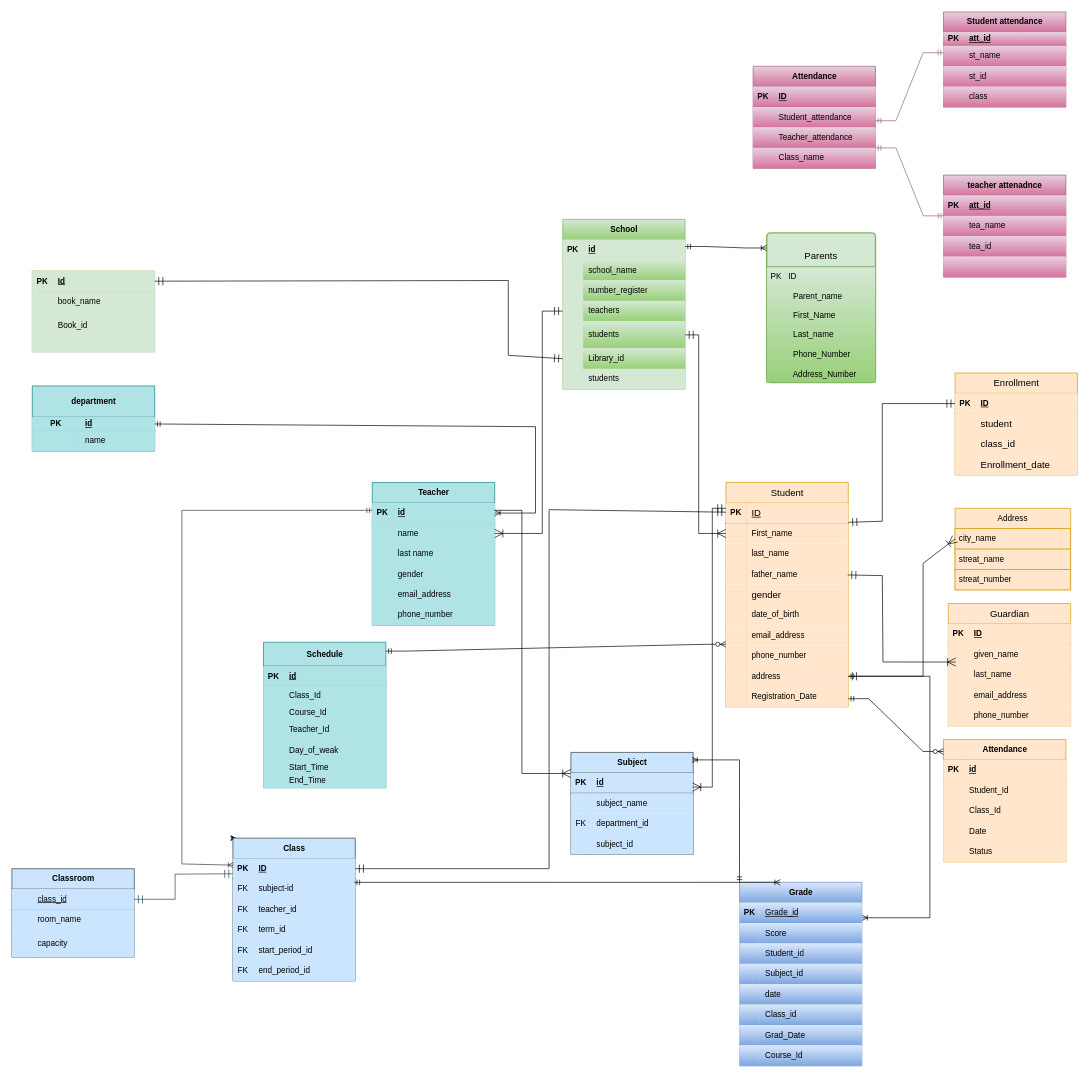
Earlier version of the draw.io diagram page "Page-1" (1 of 2) of ERD for School.drawio (murtazaGharibyar1383/Database-for-school). Source tidied: cells renumbered, new cells numbered last; positions are measured from the earlier drawing's top-left corner, leaving out a move shared by most shapes. Both pictures are drawn from the tidied source at 68%, with x=0, y=0 at pixel (12, 12).
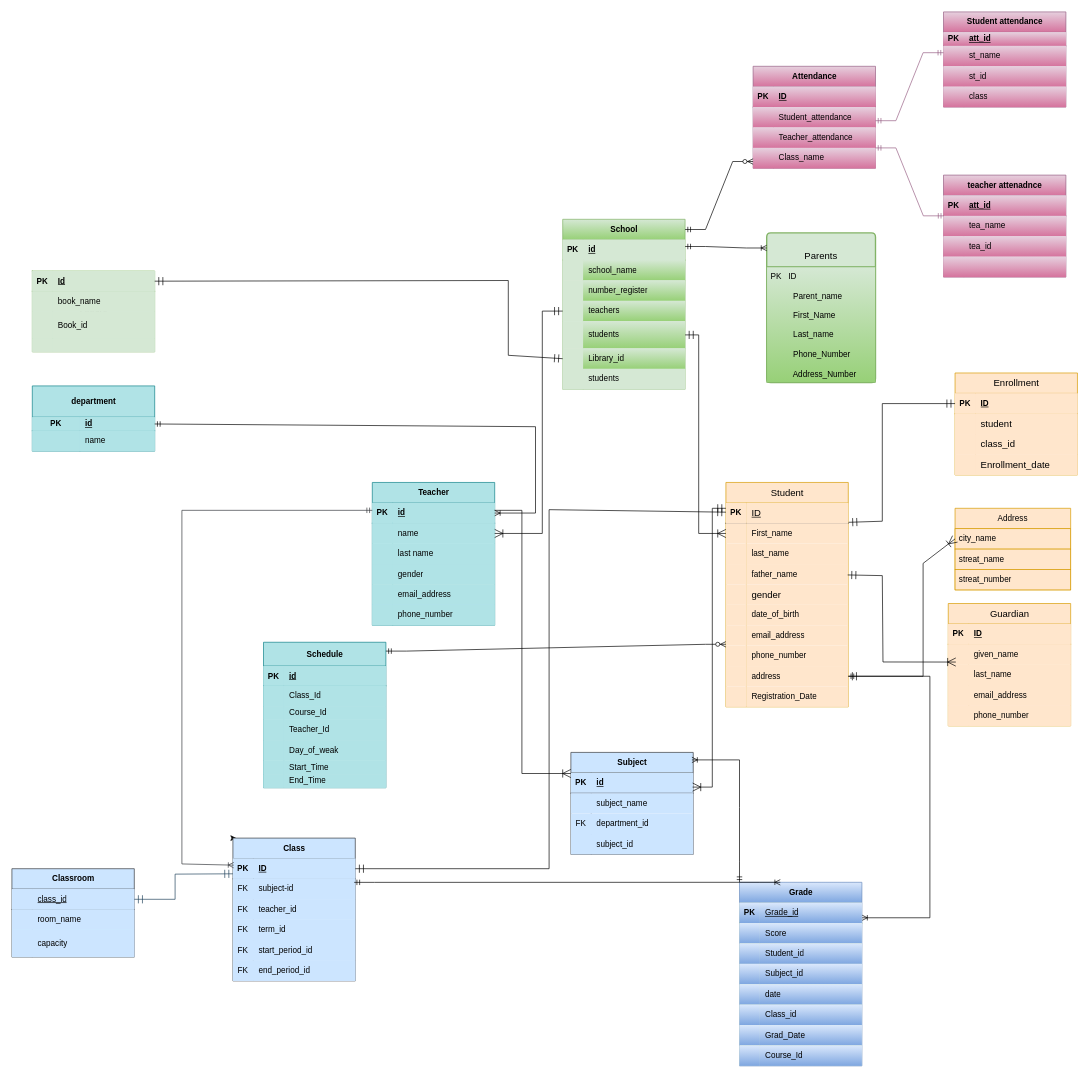
The same diagram, later.

What changed in the source:
```diff
@@
-    <mxCell id="277" value="Attendance" style="shape=table;startSize=30;childLayout=tableLayout;rowLines=0;fontStyle=1;align=center;html=1;fillColor=#ffe6cc;strokeColor=#d79b00;" parent="1" vertex="1">
-      <mxGeometry x="1370" y="1070" width="180" height="180" as="geometry" />
-    </mxCell>
-    <mxCell id="278" style="shape=tableRow;horizontal=0;startSize=0;swimlaneHead=0;swimlaneBody=0;fillColor=#ffe6cc;top=0;left=0;right=0;bottom=1;strokeColor=#d79b00;" parent="277" vertex="1">
-      <mxGeometry y="30" width="180" height="30" as="geometry" />
-    </mxCell>
-    <mxCell id="279" value="PK" style="shape=partialRectangle;fillColor=#ffe6cc;top=0;left=0;bottom=0;right=0;fontStyle=1;overflow=hidden;whiteSpace=wrap;html=1;strokeColor=#d79b00;" parent="278" vertex="1">
-      <mxGeometry width="30" height="30" as="geometry" />
-    </mxCell>
-    <mxCell id="280" value="id" style="shape=partialRectangle;fillColor=#ffe6cc;top=0;left=0;bottom=0;right=0;align=left;spacingLeft=6;fontStyle=5;overflow=hidden;whiteSpace=wrap;html=1;strokeColor=#d79b00;" parent="278" vertex="1">
-      <mxGeometry x="30" width="150" height="30" as="geometry" />
-    </mxCell>
-    <mxCell id="281" style="shape=tableRow;horizontal=0;startSize=0;swimlaneHead=0;swimlaneBody=0;fillColor=#ffe6cc;top=0;left=0;right=0;bottom=0;strokeColor=#d79b00;" parent="277" vertex="1">
-      <mxGeometry y="60" width="180" height="30" as="geometry" />
-    </mxCell>
-    <mxCell id="282" style="shape=partialRectangle;fillColor=#ffe6cc;top=0;left=0;bottom=0;right=0;overflow=hidden;whiteSpace=wrap;html=1;strokeColor=#d79b00;" parent="281" vertex="1">
-      <mxGeometry width="30" height="30" as="geometry" />
-    </mxCell>
-    <mxCell id="283" value="Student_Id" style="shape=partialRectangle;fillColor=#ffe6cc;top=0;left=0;bottom=0;right=0;align=left;spacingLeft=6;overflow=hidden;whiteSpace=wrap;html=1;strokeColor=#d79b00;" parent="281" vertex="1">
-      <mxGeometry x="30" width="150" height="30" as="geometry" />
-    </mxCell>
-    <mxCell id="284" style="shape=tableRow;horizontal=0;startSize=0;swimlaneHead=0;swimlaneBody=0;fillColor=#ffe6cc;top=0;left=0;right=0;bottom=0;strokeColor=#d79b00;" parent="277" vertex="1">
-      <mxGeometry y="90" width="180" height="30" as="geometry" />
-    </mxCell>
-    <mxCell id="285" style="shape=partialRectangle;fillColor=#ffe6cc;top=0;left=0;bottom=0;right=0;overflow=hidden;whiteSpace=wrap;html=1;strokeColor=#d79b00;" parent="284" vertex="1">
-      <mxGeometry width="30" height="30" as="geometry" />
-    </mxCell>
-    <mxCell id="286" value="Class_Id" style="shape=partialRectangle;fillColor=#ffe6cc;top=0;left=0;bottom=0;right=0;align=left;spacingLeft=6;overflow=hidden;whiteSpace=wrap;html=1;strokeColor=#d79b00;" parent="284" vertex="1">
-      <mxGeometry x="30" width="150" height="30" as="geometry" />
-    </mxCell>
-    <mxCell id="287" style="shape=tableRow;horizontal=0;startSize=0;swimlaneHead=0;swimlaneBody=0;fillColor=#ffe6cc;top=0;left=0;right=0;bottom=0;strokeColor=#d79b00;" parent="277" vertex="1">
-      <mxGeometry y="120" width="180" height="30" as="geometry" />
-    </mxCell>
-    <mxCell id="288" style="shape=partialRectangle;fillColor=#ffe6cc;top=0;left=0;bottom=0;right=0;overflow=hidden;whiteSpace=wrap;html=1;strokeColor=#d79b00;" parent="287" vertex="1">
-      <mxGeometry width="30" height="30" as="geometry" />
-    </mxCell>
-    <mxCell id="289" value="Date" style="shape=partialRectangle;fillColor=#ffe6cc;top=0;left=0;bottom=0;right=0;align=left;spacingLeft=6;overflow=hidden;whiteSpace=wrap;html=1;strokeColor=#d79b00;" parent="287" vertex="1">
-      <mxGeometry x="30" width="150" height="30" as="geometry" />
-    </mxCell>
-    <mxCell id="290" style="shape=tableRow;horizontal=0;startSize=0;swimlaneHead=0;swimlaneBody=0;fillColor=#ffe6cc;top=0;left=0;right=0;bottom=0;strokeColor=#d79b00;" parent="277" vertex="1">
-      <mxGeometry y="150" width="180" height="30" as="geometry" />
-    </mxCell>
-    <mxCell id="291" style="shape=partialRectangle;fillColor=#ffe6cc;top=0;left=0;bottom=0;right=0;overflow=hidden;whiteSpace=wrap;html=1;strokeColor=#d79b00;" parent="290" vertex="1">
-      <mxGeometry width="30" height="30" as="geometry" />
-    </mxCell>
-    <mxCell id="292" value="Status" style="shape=partialRectangle;fillColor=#ffe6cc;top=0;left=0;bottom=0;right=0;align=left;spacingLeft=6;overflow=hidden;whiteSpace=wrap;html=1;strokeColor=#d79b00;" parent="290" vertex="1">
-      <mxGeometry x="30" width="150" height="30" as="geometry" />
-    </mxCell>
-    <mxCell id="293" style="edgeStyle=entityRelationEdgeStyle;fontSize=12;html=1;endArrow=ERzeroToMany;startArrow=ERmandOne;rounded=0;entryX=0;entryY=0.098;entryDx=0;entryDy=0;entryPerimeter=0;" parent="1" edge="1" target="277">
-      <mxGeometry relative="1" as="geometry">
-        <mxPoint x="1230" y="1010" as="sourcePoint" />
-      </mxGeometry>
-    </mxCell>
+    <mxCell id="294" style="edgeStyle=entityRelationEdgeStyle;fontSize=12;html=1;endArrow=ERzeroToMany;startArrow=ERmandOne;rounded=0;" parent="1" edge="1">
+      <mxGeometry relative="1" as="geometry">
+        <mxPoint x="990" y="320" as="sourcePoint" />
+        <mxPoint x="1090" y="220" as="targetPoint" />
+      </mxGeometry>
+    </mxCell>
```
